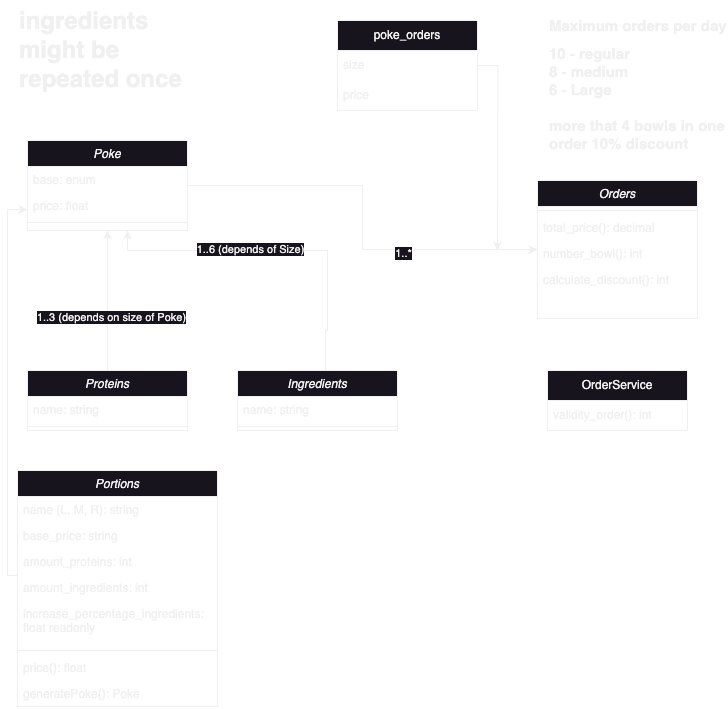
The draw.io diagram wa-poke-bowl.png in polito-WA1-2025-exam/labs-lazyfollowers, before a commit. Source tidied: cells renumbered, new cells last; positions are measured from the earlier drawing's top-left corner, leaving out a move shared by most shapes.
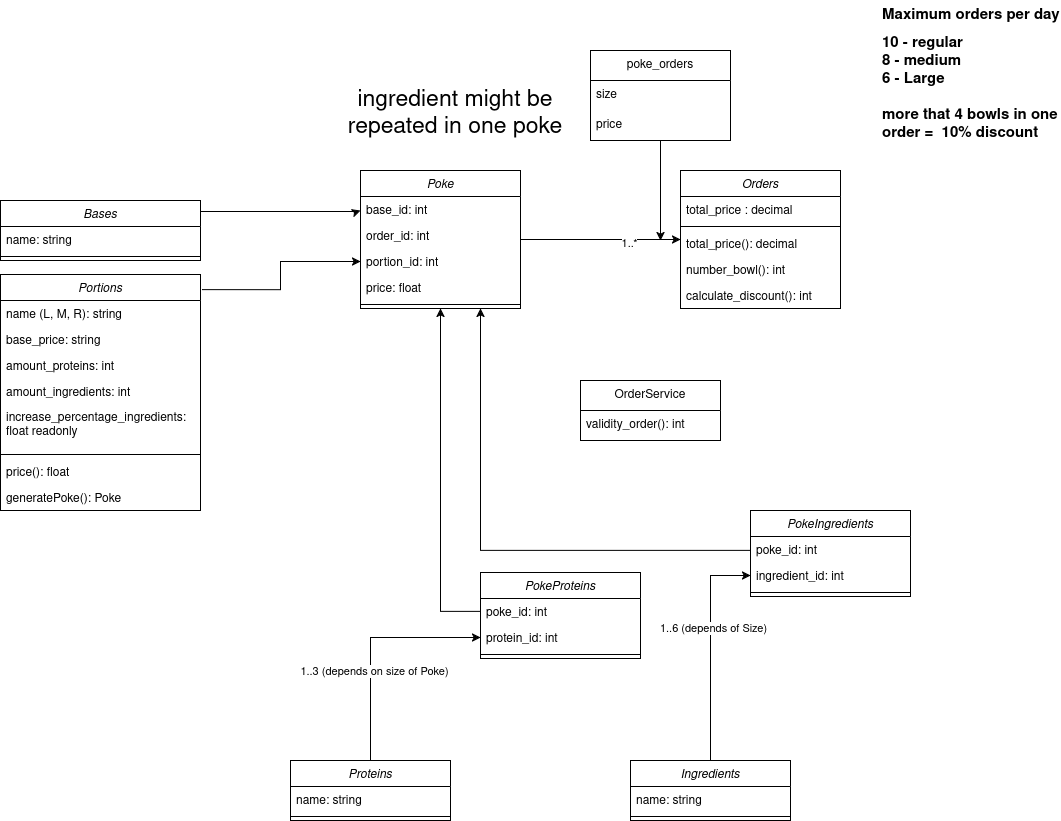
After the change.

Diff of the diagram source:
```diff
@@ -9,25 +9,35 @@
       <mxGeometry x="0.35" y="-3" relative="1" as="geometry" />
     </mxCell>
     <mxCell id="4" value="Poke&#10;" style="swimlane;fontStyle=2;align=center;verticalAlign=top;horizontal=1;startSize=26;rounded=0;shadow=0;strokeWidth=1;" parent="1" vertex="1">
-      <mxGeometry x="20" y="140" width="160" height="90" as="geometry" />
+      <mxGeometry x="20" y="140" width="160" height="138" as="geometry" />
     </mxCell>
-    <mxCell id="5" value="base: enum" style="text;align=left;verticalAlign=top;spacingLeft=4;spacingRight=4;overflow=hidden;rounded=0;shadow=0;html=0;" parent="4" vertex="1">
+    <mxCell id="5" value="base_id: int" style="text;align=left;verticalAlign=top;spacingLeft=4;spacingRight=4;overflow=hidden;rounded=0;shadow=0;html=0;" parent="4" vertex="1">
       <mxGeometry y="26" width="160" height="26" as="geometry" />
     </mxCell>
+    <mxCell id="41" value="order_id: int" style="text;align=left;verticalAlign=top;spacingLeft=4;spacingRight=4;overflow=hidden;rounded=0;shadow=0;html=0;" parent="4" vertex="1">
+      <mxGeometry y="52" width="160" height="26" as="geometry" />
+    </mxCell>
+    <mxCell id="42" value="portion_id: int" style="text;align=left;verticalAlign=top;spacingLeft=4;spacingRight=4;overflow=hidden;points=[[0,0.5],[1,0.5]];portConstraint=eastwest;rounded=0;shadow=0;html=0;" parent="4" vertex="1">
+      <mxGeometry y="78" width="160" height="26" as="geometry" />
+    </mxCell>
     <mxCell id="6" value="price: float" style="text;align=left;verticalAlign=top;spacingLeft=4;spacingRight=4;overflow=hidden;rounded=0;shadow=0;html=0;" parent="4" vertex="1">
-      <mxGeometry y="52" width="160" height="26" as="geometry" />
+      <mxGeometry y="104" width="160" height="26" as="geometry" />
     </mxCell>
     <mxCell id="7" style="line;html=1;strokeWidth=1;align=left;verticalAlign=middle;spacingTop=-1;spacingLeft=3;spacingRight=3;labelPosition=right;" parent="4" vertex="1">
-      <mxGeometry y="78" width="160" height="8" as="geometry" />
+      <mxGeometry y="130" width="160" height="8" as="geometry" />
     </mxCell>
-    <mxCell id="8" style="edgeStyle=orthogonalEdgeStyle;rounded=0;jettySize=auto;html=1;" parent="1" edge="1" source="10" target="4">
-      <mxGeometry relative="1" as="geometry" />
+    <mxCell id="8" style="edgeStyle=orthogonalEdgeStyle;rounded=0;jettySize=auto;html=1;entryX=0;entryY=0.5;entryDx=0;entryDy=0;" parent="1" edge="1" source="10" target="54">
+      <mxGeometry relative="1" as="geometry">
+        <Array as="points">
+          <mxPoint x="30" y="607" />
+        </Array>
+      </mxGeometry>
     </mxCell>
     <mxCell id="9" value="1..3 (depends on size of Poke)" style="edgeLabel;html=1;align=center;verticalAlign=middle;" parent="8" vertex="1">
       <mxGeometry x="-0.22" y="-3" relative="1" as="geometry" />
     </mxCell>
     <mxCell id="10" value="Proteins" style="swimlane;fontStyle=2;align=center;verticalAlign=top;horizontal=1;startSize=26;rounded=0;shadow=0;strokeWidth=1;" parent="1" vertex="1">
-      <mxGeometry x="20" y="370" width="160" height="60" as="geometry" />
+      <mxGeometry x="-50" y="730" width="160" height="60" as="geometry" />
     </mxCell>
     <mxCell id="11" value="name: string" style="text;align=left;verticalAlign=top;spacingLeft=4;spacingRight=4;overflow=hidden;" parent="10" vertex="1">
       <mxGeometry y="26" width="160" height="26" as="geometry" />
@@ -35,13 +45,10 @@
     <mxCell id="12" style="line;html=1;strokeWidth=1;align=left;verticalAlign=middle;spacingTop=-1;spacingLeft=3;spacingRight=3;labelPosition=right;" parent="10" vertex="1">
       <mxGeometry y="52" width="160" height="8" as="geometry" />
     </mxCell>
-    <mxCell id="13" style="edgeStyle=orthogonalEdgeStyle;rounded=0;jettySize=auto;html=1;exitX=0.55;exitY=0.115;exitDx=0;exitDy=0;exitPerimeter=0;" parent="1" edge="1" source="15" target="4">
+    <mxCell id="13" style="edgeStyle=orthogonalEdgeStyle;rounded=0;jettySize=auto;html=1;entryX=0;entryY=0.5;entryDx=0;entryDy=0;" parent="1" edge="1" source="15" target="50">
       <mxGeometry relative="1" as="geometry">
         <Array as="points">
-          <mxPoint x="318" y="330" />
-          <mxPoint x="320" y="330" />
-          <mxPoint x="320" y="250" />
-          <mxPoint x="120" y="250" />
+          <mxPoint x="370" y="545" />
         </Array>
       </mxGeometry>
     </mxCell>
@@ -49,7 +56,7 @@
       <mxGeometry x="0.18" y="-2" relative="1" as="geometry" />
     </mxCell>
     <mxCell id="15" value="Ingredients" style="swimlane;fontStyle=2;align=center;verticalAlign=top;horizontal=1;startSize=26;rounded=0;shadow=0;strokeWidth=1;" parent="1" vertex="1">
-      <mxGeometry x="230" y="370" width="160" height="60" as="geometry" />
+      <mxGeometry x="290" y="730" width="160" height="60" as="geometry" />
     </mxCell>
     <mxCell id="16" value="name: string" style="text;align=left;verticalAlign=top;spacingLeft=4;spacingRight=4;overflow=hidden;" parent="15" vertex="1">
       <mxGeometry y="26" width="160" height="26" as="geometry" />
@@ -57,34 +64,41 @@
     <mxCell id="17" style="line;html=1;strokeWidth=1;align=left;verticalAlign=middle;spacingTop=-1;spacingLeft=3;spacingRight=3;labelPosition=right;" parent="15" vertex="1">
       <mxGeometry y="52" width="160" height="8" as="geometry" />
     </mxCell>
-    <mxCell id="18" value="&lt;h1 style=&quot;margin-top: 0px;&quot;&gt;ingredients might be repeated once&lt;/h1&gt;" style="text;html=1;whiteSpace=wrap;overflow=hidden;rounded=0;" parent="1" vertex="1">
-      <mxGeometry x="10" width="180" height="120" as="geometry" />
+    <mxCell id="18" value="&lt;font style=&quot;font-size: 23px;&quot;&gt;ingredient might be repeated in one poke&lt;/font&gt;" style="text;html=1;whiteSpace=wrap;overflow=hidden;rounded=0;align=center;" parent="1" vertex="1">
+      <mxGeometry x="-20" y="50" width="270" height="70" as="geometry" />
     </mxCell>
     <mxCell id="19" value="Orders" style="swimlane;fontStyle=2;align=center;verticalAlign=top;horizontal=1;startSize=26;rounded=0;shadow=0;strokeWidth=1;" parent="1" vertex="1">
-      <mxGeometry x="530" y="180" width="160" height="138" as="geometry" />
+      <mxGeometry x="340" y="140" width="160" height="138" as="geometry" />
     </mxCell>
+    <mxCell id="43" value="total_price : decimal" style="text;align=left;verticalAlign=top;spacingLeft=4;spacingRight=4;overflow=hidden;" parent="19" vertex="1">
+      <mxGeometry y="26" width="160" height="26" as="geometry" />
+    </mxCell>
     <mxCell id="20" style="line;html=1;strokeWidth=1;align=left;verticalAlign=middle;spacingTop=-1;spacingLeft=3;spacingRight=3;labelPosition=right;" parent="19" vertex="1">
-      <mxGeometry y="26" width="160" height="8" as="geometry" />
+      <mxGeometry y="52" width="160" height="8" as="geometry" />
     </mxCell>
     <mxCell id="21" value="total_price(): decimal" style="text;align=left;verticalAlign=top;spacingLeft=4;spacingRight=4;overflow=hidden;" parent="19" vertex="1">
-      <mxGeometry y="34" width="160" height="26" as="geometry" />
+      <mxGeometry y="60" width="160" height="26" as="geometry" />
     </mxCell>
     <mxCell id="22" value="number_bowl(): int" style="text;align=left;verticalAlign=top;spacingLeft=4;spacingRight=4;overflow=hidden;" parent="19" vertex="1">
-      <mxGeometry y="60" width="160" height="26" as="geometry" />
+      <mxGeometry y="86" width="160" height="26" as="geometry" />
     </mxCell>
     <mxCell id="23" value="calculate_discount(): int" style="text;align=left;verticalAlign=top;spacingLeft=4;spacingRight=4;overflow=hidden;" parent="19" vertex="1">
-      <mxGeometry y="86" width="160" height="26" as="geometry" />
+      <mxGeometry y="112" width="160" height="26" as="geometry" />
     </mxCell>
-    <mxCell id="24" value="&lt;h1 style=&quot;margin-top: 0px; font-size: 15px;&quot;&gt;&lt;font style=&quot;font-size: 15px;&quot;&gt;Maximum orders per day&lt;/font&gt;&lt;/h1&gt;&lt;div style=&quot;font-size: 15px;&quot;&gt;&lt;h1 style=&quot;margin-top: 0px; font-size: 15px; margin-bottom: 0px;&quot;&gt;10 - regular&lt;br&gt;8 - medium&lt;/h1&gt;&lt;b style=&quot;&quot;&gt;&lt;font style=&quot;font-size: 15px;&quot;&gt;6 - Large&lt;br&gt;&lt;br&gt;more that 4 bowls in one order 10% discount&lt;/font&gt;&lt;/b&gt;&lt;/div&gt;" style="text;html=1;whiteSpace=wrap;overflow=hidden;rounded=0;" parent="1" vertex="1">
-      <mxGeometry x="540" y="10" width="180" height="160" as="geometry" />
+    <mxCell id="24" value="&lt;h1 style=&quot;margin-top: 0px; font-size: 15px;&quot;&gt;&lt;font style=&quot;font-size: 15px;&quot;&gt;Maximum orders per day&lt;/font&gt;&lt;/h1&gt;&lt;div style=&quot;font-size: 15px;&quot;&gt;&lt;h1 style=&quot;margin-top: 0px; font-size: 15px; margin-bottom: 0px;&quot;&gt;10 - regular&lt;br&gt;8 - medium&lt;/h1&gt;&lt;b style=&quot;&quot;&gt;&lt;font style=&quot;font-size: 15px;&quot;&gt;6 - Large&lt;br&gt;&lt;br&gt;more that 4 bowls in one order =&amp;nbsp; 10% discount&lt;/font&gt;&lt;/b&gt;&lt;/div&gt;" style="text;html=1;whiteSpace=wrap;overflow=hidden;rounded=0;" parent="1" vertex="1">
+      <mxGeometry x="540" y="-30" width="180" height="160" as="geometry" />
     </mxCell>
     <mxCell id="25" style="edgeStyle=orthogonalEdgeStyle;rounded=0;jettySize=auto;html=1;" parent="1" edge="1" source="26">
       <mxGeometry relative="1" as="geometry">
-        <mxPoint x="490" y="250" as="targetPoint" />
+        <mxPoint x="320" y="210" as="targetPoint" />
+        <Array as="points">
+          <mxPoint x="320" y="190" />
+          <mxPoint x="320" y="190" />
+        </Array>
       </mxGeometry>
     </mxCell>
     <mxCell id="26" value="poke_orders" style="swimlane;fontStyle=0;horizontal=1;startSize=30;whiteSpace=wrap;html=1;" parent="1" vertex="1">
-      <mxGeometry x="330" y="20" width="140" height="90" as="geometry" />
+      <mxGeometry x="250" y="20" width="140" height="90" as="geometry" />
     </mxCell>
     <mxCell id="27" value="size" style="text;strokeColor=none;fillColor=none;align=left;verticalAlign=middle;spacingLeft=4;spacingRight=4;overflow=hidden;whiteSpace=wrap;html=1;" parent="26" vertex="1">
       <mxGeometry y="30" width="140" height="30" as="geometry" />
@@ -93,21 +107,16 @@
       <mxGeometry y="60" width="140" height="30" as="geometry" />
     </mxCell>
     <mxCell id="29" value="OrderService" style="swimlane;fontStyle=0;horizontal=1;startSize=30;whiteSpace=wrap;html=1;" parent="1" vertex="1">
-      <mxGeometry x="540" y="370" width="140" height="60" as="geometry" />
+      <mxGeometry x="240" y="350" width="140" height="60" as="geometry" />
     </mxCell>
     <mxCell id="30" value="&lt;span style=&quot;text-wrap: nowrap;&quot;&gt;validity_order(): int&lt;/span&gt;" style="text;strokeColor=none;fillColor=none;align=left;verticalAlign=middle;spacingLeft=4;spacingRight=4;overflow=hidden;whiteSpace=wrap;html=1;" parent="29" vertex="1">
       <mxGeometry y="30" width="140" height="30" as="geometry" />
     </mxCell>
-    <mxCell id="31" style="edgeStyle=orthogonalEdgeStyle;rounded=0;jettySize=auto;html=1;" parent="1" edge="1" source="32" target="4">
-      <mxGeometry relative="1" as="geometry">
-        <Array as="points">
-          <mxPoint y="575" />
-          <mxPoint y="209" />
-        </Array>
-      </mxGeometry>
+    <mxCell id="31" style="edgeStyle=orthogonalEdgeStyle;rounded=0;jettySize=auto;html=1;exitX=1.01;exitY=0.064;exitDx=0;exitDy=0;exitPerimeter=0;" parent="1" edge="1" source="32" target="42">
+      <mxGeometry relative="1" as="geometry" />
     </mxCell>
     <mxCell id="32" value="Portions" style="swimlane;fontStyle=2;align=center;verticalAlign=top;horizontal=1;startSize=26;rounded=0;shadow=0;strokeWidth=1;" parent="1" vertex="1">
-      <mxGeometry x="10" y="470" width="200" height="236" as="geometry" />
+      <mxGeometry x="-340" y="244" width="200" height="236" as="geometry" />
     </mxCell>
     <mxCell id="33" value="name (L, M, R): string" style="text;align=left;verticalAlign=top;spacingLeft=4;spacingRight=4;overflow=hidden;" parent="32" vertex="1">
       <mxGeometry y="26" width="200" height="26" as="geometry" />
@@ -133,5 +142,63 @@
     <mxCell id="40" value="generatePoke(): Poke" style="text;align=left;verticalAlign=top;spacingLeft=4;spacingRight=4;overflow=hidden;" parent="32" vertex="1">
       <mxGeometry y="210" width="200" height="26" as="geometry" />
     </mxCell>
+    <mxCell id="44" value="Bases" style="swimlane;fontStyle=2;align=center;verticalAlign=top;horizontal=1;startSize=26;rounded=0;shadow=0;strokeWidth=1;" parent="1" vertex="1">
+      <mxGeometry x="-340" y="170" width="200" height="60" as="geometry" />
+    </mxCell>
+    <mxCell id="45" value="name: string" style="text;align=left;verticalAlign=top;spacingLeft=4;spacingRight=4;overflow=hidden;" parent="44" vertex="1">
+      <mxGeometry y="26" width="200" height="26" as="geometry" />
+    </mxCell>
+    <mxCell id="46" style="line;html=1;strokeWidth=1;align=left;verticalAlign=middle;spacingTop=-1;spacingLeft=3;spacingRight=3;labelPosition=right;" parent="44" vertex="1">
+      <mxGeometry y="52" width="200" height="8" as="geometry" />
+    </mxCell>
+    <mxCell id="47" style="edgeStyle=orthogonalEdgeStyle;rounded=0;jettySize=auto;html=1;entryX=0;entryY=0.5;entryDx=0;entryDy=0;" parent="1" edge="1" source="44">
+      <mxGeometry relative="1" as="geometry">
+        <mxPoint x="20" y="180" as="targetPoint" />
+        <Array as="points">
+          <mxPoint x="-122" y="181" />
+          <mxPoint x="17" y="181" />
+          <mxPoint x="17" y="180" />
+        </Array>
+      </mxGeometry>
+    </mxCell>
+    <mxCell id="48" value="PokeIngredients&#10;" style="swimlane;fontStyle=2;align=center;verticalAlign=top;horizontal=1;startSize=26;rounded=0;shadow=0;strokeWidth=1;" parent="1" vertex="1">
+      <mxGeometry x="410" y="480" width="160" height="86" as="geometry" />
+    </mxCell>
+    <mxCell id="49" value="poke_id: int" style="text;align=left;verticalAlign=top;spacingLeft=4;spacingRight=4;overflow=hidden;points=[[0,0.5],[1,0.5]];portConstraint=eastwest;rounded=0;shadow=0;html=0;" parent="48" vertex="1">
+      <mxGeometry y="26" width="160" height="26" as="geometry" />
+    </mxCell>
+    <mxCell id="50" value="ingredient_id: int" style="text;align=left;verticalAlign=top;spacingLeft=4;spacingRight=4;overflow=hidden;points=[[0,0.5],[1,0.5]];portConstraint=eastwest;rounded=0;shadow=0;html=0;" parent="48" vertex="1">
+      <mxGeometry y="52" width="160" height="26" as="geometry" />
+    </mxCell>
+    <mxCell id="51" style="line;html=1;strokeWidth=1;align=left;verticalAlign=middle;spacingTop=-1;spacingLeft=3;spacingRight=3;labelPosition=right;" parent="48" vertex="1">
+      <mxGeometry y="78" width="160" height="8" as="geometry" />
+    </mxCell>
+    <mxCell id="52" value="PokeProteins" style="swimlane;fontStyle=2;align=center;verticalAlign=top;horizontal=1;startSize=26;rounded=0;shadow=0;strokeWidth=1;" parent="1" vertex="1">
+      <mxGeometry x="140" y="542" width="160" height="86" as="geometry" />
+    </mxCell>
+    <mxCell id="53" value="poke_id: int" style="text;align=left;verticalAlign=top;spacingLeft=4;spacingRight=4;overflow=hidden;points=[[0,0.5],[1,0.5]];portConstraint=eastwest;rounded=0;shadow=0;html=0;" parent="52" vertex="1">
+      <mxGeometry y="26" width="160" height="26" as="geometry" />
+    </mxCell>
+    <mxCell id="54" value="protein_id: int" style="text;align=left;verticalAlign=top;spacingLeft=4;spacingRight=4;overflow=hidden;points=[[0,0.5],[1,0.5]];portConstraint=eastwest;rounded=0;shadow=0;html=0;" parent="52" vertex="1">
+      <mxGeometry y="52" width="160" height="26" as="geometry" />
+    </mxCell>
+    <mxCell id="55" style="line;html=1;strokeWidth=1;align=left;verticalAlign=middle;spacingTop=-1;spacingLeft=3;spacingRight=3;labelPosition=right;" parent="52" vertex="1">
+      <mxGeometry y="78" width="160" height="8" as="geometry" />
+    </mxCell>
+    <mxCell id="56" style="endArrow=classic;html=1;rounded=0;exitX=0;exitY=0.5;exitDx=0;exitDy=0;" parent="1" edge="1" source="53" target="4">
+      <mxGeometry relative="1" as="geometry">
+        <Array as="points">
+          <mxPoint x="100" y="581" />
+        </Array>
+      </mxGeometry>
+    </mxCell>
+    <mxCell id="57" style="endArrow=classic;html=1;rounded=0;entryX=0.75;entryY=1;entryDx=0;entryDy=0;" parent="1" edge="1" source="49" target="4">
+      <mxGeometry relative="1" as="geometry">
+        <Array as="points">
+          <mxPoint x="410" y="520" />
+          <mxPoint x="140" y="520" />
+        </Array>
+      </mxGeometry>
+    </mxCell>
   </root>
 </mxGraphModel>
```
